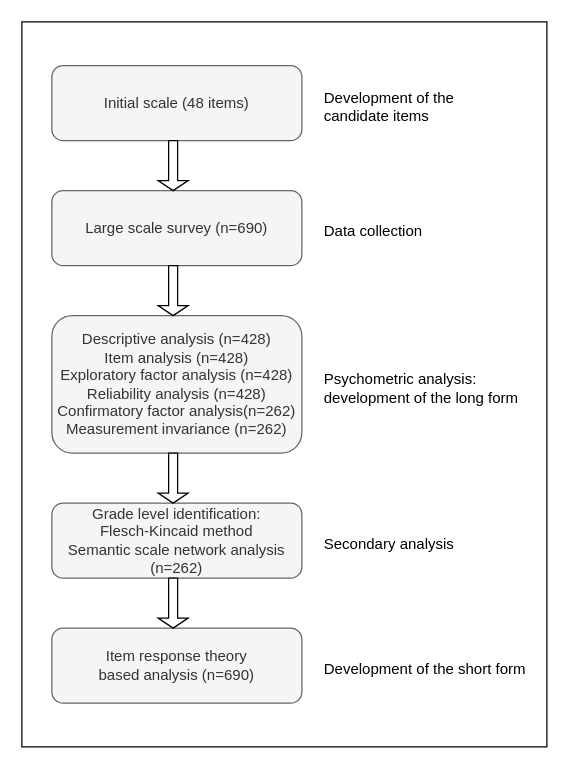
Before: Figures/LEBA_figure1.drawio in leba-instrument/leba-manuscript, a draw.io diagram. Source tidied: cells renumbered, new cells numbered last; positions are measured from the earlier drawing's top-left corner, leaving out a move shared by most shapes. Both pictures are drawn from the tidied source at 125%, with x=0, y=0 at pixel (21, 21).
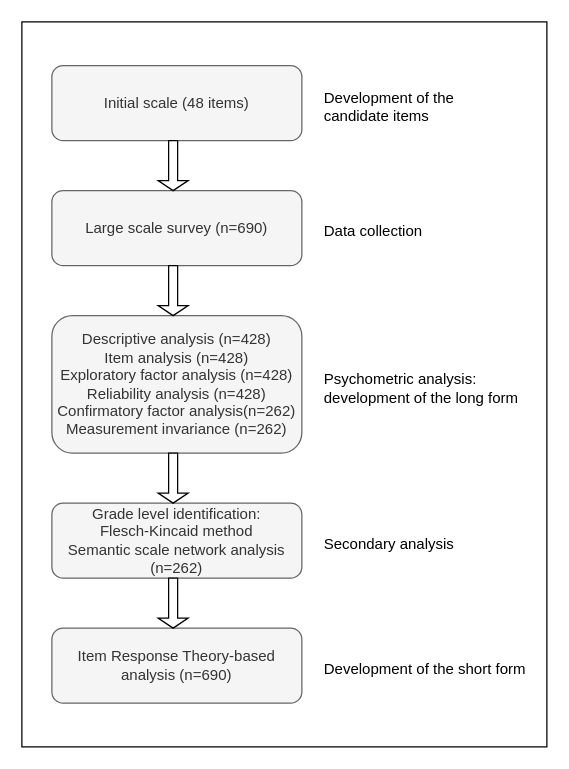
After the change.

What changed in the source:
```diff
@@
 <mxGraphModel>
   <root>
     <mxCell id="0" />
     <mxCell id="1" parent="0" />
     <mxCell id="2" style="rounded=0;whiteSpace=wrap;html=1;" parent="1" vertex="1">
       <mxGeometry width="420" height="580" as="geometry" />
     </mxCell>
     <mxCell id="3" value="Initial scale (48 items)" style="rounded=1;whiteSpace=wrap;html=1;fillColor=#f5f5f5;fontColor=#333333;strokeColor=#666666;" parent="1" vertex="1">
       <mxGeometry x="24" y="35" width="200" height="60" as="geometry" />
     </mxCell>
     <mxCell id="4" value="Large scale survey (n=690)" style="rounded=1;whiteSpace=wrap;html=1;fillColor=#f5f5f5;fontColor=#333333;strokeColor=#666666;" parent="1" vertex="1">
       <mxGeometry x="24" y="135" width="200" height="60" as="geometry" />
     </mxCell>
     <mxCell id="5" value="Descriptive analysis (n=428)&lt;br&gt;Item analysis (n=428)&lt;br&gt;Exploratory factor analysis (n=428)&lt;br&gt;Reliability analysis (n=428)&lt;br&gt;Confirmatory factor analysis(n=262)&lt;br&gt;Measurement invariance (n=262)" style="rounded=1;whiteSpace=wrap;html=1;fillColor=#f5f5f5;fontColor=#333333;strokeColor=#666666;" parent="1" vertex="1">
       <mxGeometry x="24" y="235" width="200" height="110" as="geometry" />
     </mxCell>
     <mxCell id="6" value="Grade level identification:&lt;br&gt;Flesch-Kincaid method&lt;br&gt;Semantic scale network analysis&lt;br&gt;(n=262)" style="rounded=1;whiteSpace=wrap;html=1;fillColor=#f5f5f5;fontColor=#333333;strokeColor=#666666;" parent="1" vertex="1">
       <mxGeometry x="24" y="385" width="200" height="60" as="geometry" />
     </mxCell>
-    <mxCell id="7" value="Item response theory &lt;br&gt;based analysis (n=690)" style="rounded=1;whiteSpace=wrap;html=1;fillColor=#f5f5f5;fontColor=#333333;strokeColor=#666666;" parent="1" vertex="1">
+    <mxCell id="7" value="Item Response Theory-based analysis (n=690)" style="rounded=1;whiteSpace=wrap;html=1;fillColor=#f5f5f5;fontColor=#333333;strokeColor=#666666;" parent="1" vertex="1">
       <mxGeometry x="24" y="485" width="200" height="60" as="geometry" />
     </mxCell>
     <mxCell id="8" value="Development of the &lt;br&gt;candidate items" style="text;html=1;align=left;verticalAlign=middle;strokeColor=none;fillColor=none;" parent="1" vertex="1">
       <mxGeometry x="240" y="47.5" width="130" height="40" as="geometry" />
     </mxCell>
     <mxCell id="9" value="Data collection" style="text;html=1;align=left;verticalAlign=middle;strokeColor=none;fillColor=none;" parent="1" vertex="1">
       <mxGeometry x="240" y="152.5" width="100" height="30" as="geometry" />
     </mxCell>
     <mxCell id="10" value="Psychometric analysis:&lt;br&gt;development of the long form" style="text;html=1;align=left;verticalAlign=middle;strokeColor=none;fillColor=none;" parent="1" vertex="1">
       <mxGeometry x="240" y="272.5" width="180" height="40" as="geometry" />
     </mxCell>
     <mxCell id="11" value="Secondary analysis" style="text;html=1;align=left;verticalAlign=middle;strokeColor=none;fillColor=none;" parent="1" vertex="1">
       <mxGeometry x="240" y="402.5" width="130" height="30" as="geometry" />
     </mxCell>
     <mxCell id="12" value="Development of the short form" style="text;html=1;align=left;verticalAlign=middle;strokeColor=none;fillColor=none;" parent="1" vertex="1">
       <mxGeometry x="240" y="502.5" width="180" height="30" as="geometry" />
     </mxCell>
     <mxCell id="13" style="shape=singleArrow;direction=south;whiteSpace=wrap;html=1;" parent="1" vertex="1">
       <mxGeometry x="109" y="95" width="24" height="40" as="geometry" />
     </mxCell>
     <mxCell id="14" style="shape=singleArrow;direction=south;whiteSpace=wrap;html=1;" parent="1" vertex="1">
       <mxGeometry x="109" y="195" width="24" height="40" as="geometry" />
     </mxCell>
     <mxCell id="15" style="shape=singleArrow;direction=south;whiteSpace=wrap;html=1;" parent="1" vertex="1">
       <mxGeometry x="109" y="345" width="24" height="40" as="geometry" />
     </mxCell>
     <mxCell id="16" style="shape=singleArrow;direction=south;whiteSpace=wrap;html=1;" parent="1" vertex="1">
       <mxGeometry x="109" y="445" width="24" height="40" as="geometry" />
     </mxCell>
   </root>
 </mxGraphModel>
```
